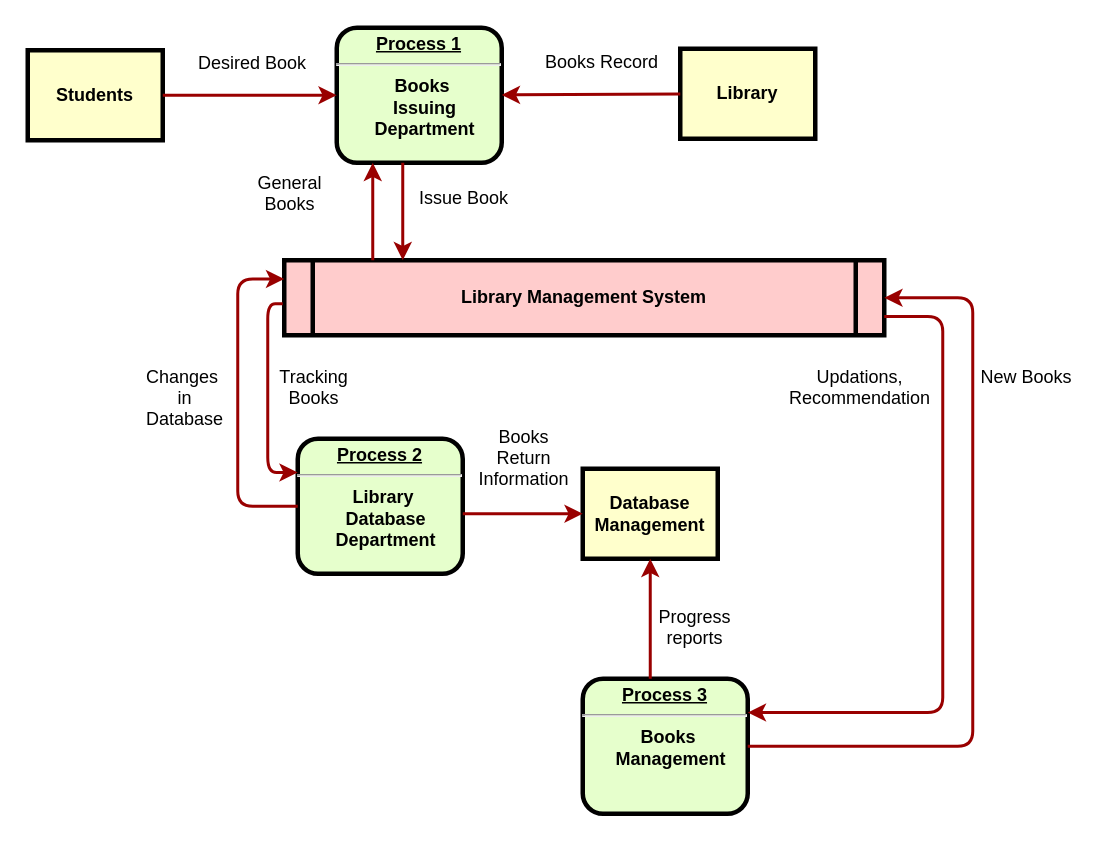
Earlier version of the draw.io diagram Library Management DFD.drawio (Master-Bhavesh/DFD-Diagram). Source tidied: cells renumbered, new cells numbered last; positions are measured from the earlier drawing's top-left corner, leaving out a move shared by most shapes. Both pictures are drawn from the tidied source at 150%, with x=0, y=0 at pixel (27, 27).
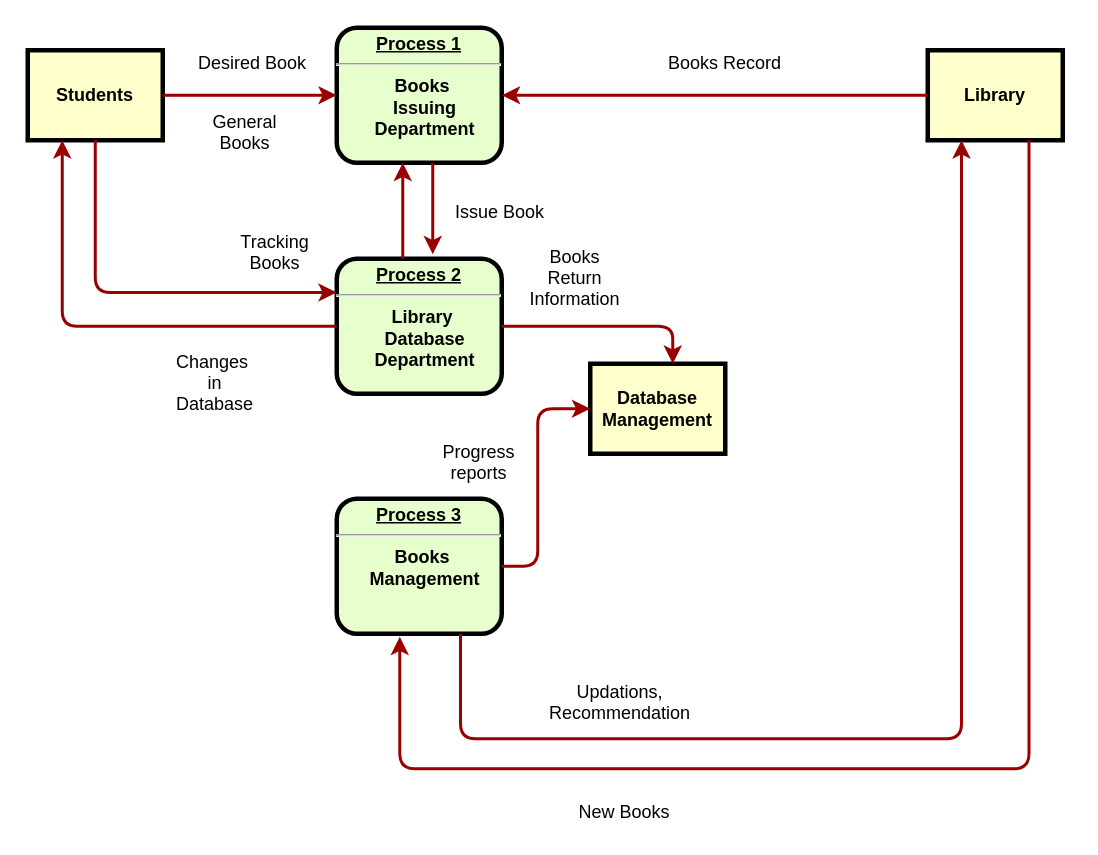
The same diagram, later.

The change refers to these unchanged cells:
```xml
<mxCell id="2" value="&lt;p style=&quot;margin: 0px ; margin-top: 4px ; text-align: center ; text-decoration: underline&quot;&gt;&lt;strong&gt;Process 1&lt;br&gt;&lt;/strong&gt;&lt;/p&gt;&lt;hr&gt;&lt;p style=&quot;margin: 0px ; margin-left: 8px&quot;&gt;Books&amp;nbsp;&lt;/p&gt;&lt;p style=&quot;margin: 0px ; margin-left: 8px&quot;&gt;Issuing&lt;/p&gt;&lt;p style=&quot;margin: 0px ; margin-left: 8px&quot;&gt;Department&lt;/p&gt;" style="verticalAlign=middle;align=center;overflow=fill;fontSize=12;fontFamily=Helvetica;html=1;rounded=1;fontStyle=1;strokeWidth=3;fillColor=#E6FFCC;" parent="1" vertex="1">
  <mxGeometry x="206" width="110" height="90" as="geometry" />
</mxCell>
<mxCell id="4" value="Students" style="whiteSpace=wrap;align=center;verticalAlign=middle;fontStyle=1;strokeWidth=3;fillColor=#FFFFCC;" parent="1" vertex="1">
  <mxGeometry y="15" width="90" height="60" as="geometry" />
</mxCell>
```

The edit, as a diff of the source:
```diff
@@
     <mxCell id="3" value="Library" style="whiteSpace=wrap;align=center;verticalAlign=middle;fontStyle=1;strokeWidth=3;fillColor=#FFFFCC;" parent="1" vertex="1">
-      <mxGeometry x="435" y="14" width="90" height="60" as="geometry" />
+      <mxGeometry x="600" y="15" width="90" height="60" as="geometry" />
     </mxCell>
@@
-    <mxCell id="5" value="Library Management System" style="shape=process;whiteSpace=wrap;align=center;verticalAlign=middle;size=0.0475;fontStyle=1;strokeWidth=3;fillColor=#FFCCCC;" parent="1" vertex="1">
-      <mxGeometry x="171" y="155" width="400" height="50" as="geometry" />
-    </mxCell>
     <mxCell id="6" value="&lt;p style=&quot;margin: 0px ; margin-top: 4px ; text-align: center ; text-decoration: underline&quot;&gt;&lt;strong&gt;Process 2&lt;br&gt;&lt;/strong&gt;&lt;/p&gt;&lt;hr&gt;&lt;p style=&quot;margin: 0px ; margin-left: 8px&quot;&gt;Library&amp;nbsp;&lt;/p&gt;&lt;p style=&quot;margin: 0px ; margin-left: 8px&quot;&gt;Database&lt;/p&gt;&lt;p style=&quot;margin: 0px ; margin-left: 8px&quot;&gt;Department&lt;/p&gt;" style="verticalAlign=middle;align=center;overflow=fill;fontSize=12;fontFamily=Helvetica;html=1;rounded=1;fontStyle=1;strokeWidth=3;fillColor=#E6FFCC;" parent="1" vertex="1">
-      <mxGeometry x="180" y="274" width="110" height="90" as="geometry" />
+      <mxGeometry x="206" y="154" width="110" height="90" as="geometry" />
     </mxCell>
     <mxCell id="7" value="&lt;p style=&quot;margin: 0px ; margin-top: 4px ; text-align: center ; text-decoration: underline&quot;&gt;&lt;strong&gt;&lt;strong&gt;Process&lt;/strong&gt; 3&lt;br&gt;&lt;/strong&gt;&lt;/p&gt;&lt;hr&gt;&lt;p style=&quot;margin: 0px ; margin-left: 8px&quot;&gt;Books&amp;nbsp;&lt;/p&gt;&lt;p style=&quot;margin: 0px ; margin-left: 8px&quot;&gt;Management&lt;/p&gt;" style="verticalAlign=middle;align=center;overflow=fill;fontSize=12;fontFamily=Helvetica;html=1;rounded=1;fontStyle=1;strokeWidth=3;fillColor=#E6FFCC;" parent="1" vertex="1">
-      <mxGeometry x="370" y="434" width="110" height="90" as="geometry" />
+      <mxGeometry x="206" y="314" width="110" height="90" as="geometry" />
     </mxCell>
     <mxCell id="8" value="Database&#10;Management" style="whiteSpace=wrap;align=center;verticalAlign=middle;fontStyle=1;strokeWidth=3;fillColor=#FFFFCC;" parent="1" vertex="1">
-      <mxGeometry x="370" y="294" width="90" height="60" as="geometry" />
+      <mxGeometry x="375" y="224" width="90" height="60" as="geometry" />
     </mxCell>
@@
     <mxCell id="12" value="Books Record" style="text;spacingTop=-5;align=center;" parent="1" vertex="1">
-      <mxGeometry x="368" y="14" width="30" height="20" as="geometry" />
+      <mxGeometry x="450" y="15" width="30" height="20" as="geometry" />
     </mxCell>
     <mxCell id="13" value="General &#10;Books" style="text;spacingTop=-5;align=center;" parent="1" vertex="1">
-      <mxGeometry x="160" y="95" width="30" height="20" as="geometry" />
+      <mxGeometry x="130" y="54" width="30" height="20" as="geometry" />
     </mxCell>
-    <mxCell id="14" style="edgeStyle=elbowEdgeStyle;elbow=horizontal;strokeColor=#990000;strokeWidth=2;" parent="1" edge="1" source="5" target="2">
+    <mxCell id="14" style="edgeStyle=elbowEdgeStyle;elbow=horizontal;strokeColor=#990000;strokeWidth=2;exitX=0.4;exitY=0;exitDx=0;exitDy=0;exitPerimeter=0;" parent="1" edge="1" source="6" target="2">
       <mxGeometry relative="1" as="geometry">
         <Array as="points">
+          <mxPoint x="250" y="114" />
           <mxPoint x="230" y="134" />
         </Array>
       </mxGeometry>
     </mxCell>
-    <mxCell id="15" style="edgeStyle=elbowEdgeStyle;elbow=horizontal;strokeColor=#990000;strokeWidth=2;" parent="1" edge="1" source="2" target="5">
+    <mxCell id="15" style="edgeStyle=elbowEdgeStyle;elbow=horizontal;strokeColor=#990000;strokeWidth=2;entryX=0.582;entryY=-0.033;entryDx=0;entryDy=0;entryPerimeter=0;" parent="1" edge="1" source="2" target="6">
       <mxGeometry relative="1" as="geometry">
         <Array as="points">
-          <mxPoint x="250" y="124" />
+          <mxPoint x="270" y="124" />
         </Array>
       </mxGeometry>
     </mxCell>
     <mxCell id="16" value="Issue Book" style="text;spacingTop=-5;align=center;" parent="1" vertex="1">
-      <mxGeometry x="276" y="105" width="30" height="20" as="geometry" />
+      <mxGeometry x="300" y="114" width="30" height="20" as="geometry" />
     </mxCell>
-    <mxCell id="17" style="edgeStyle=elbowEdgeStyle;elbow=horizontal;strokeColor=#990000;strokeWidth=2;entryX=0;entryY=0.25;entryDx=0;entryDy=0;" parent="1" edge="1" target="6">
+    <mxCell id="17" style="edgeStyle=elbowEdgeStyle;elbow=horizontal;strokeColor=#990000;strokeWidth=2;entryX=0;entryY=0.25;entryDx=0;entryDy=0;exitX=0.5;exitY=1;exitDx=0;exitDy=0;" parent="1" edge="1" source="4" target="6">
       <mxGeometry relative="1" as="geometry">
-        <mxPoint x="170" y="184" as="sourcePoint" />
         <Array as="points">
-          <mxPoint x="160" y="354" />
+          <mxPoint x="45" y="124" />
           <mxPoint x="225" y="454" />
         </Array>
       </mxGeometry>
     </mxCell>
-    <mxCell id="18" style="edgeStyle=elbowEdgeStyle;elbow=horizontal;strokeColor=#990000;strokeWidth=2;entryX=0;entryY=0.25;entryDx=0;entryDy=0;" parent="1" edge="1" source="6" target="5">
+    <mxCell id="18" style="edgeStyle=elbowEdgeStyle;elbow=horizontal;strokeColor=#990000;strokeWidth=2;" parent="1" edge="1" source="6" target="4">
       <mxGeometry relative="1" as="geometry">
         <Array as="points">
-          <mxPoint x="140" y="414" />
+          <mxPoint x="23" y="144" />
         </Array>
       </mxGeometry>
     </mxCell>
     <mxCell id="19" value="Tracking &#10;Books" style="text;spacingTop=-5;align=center;" parent="1" vertex="1">
-      <mxGeometry x="176" y="224" width="30" height="20" as="geometry" />
+      <mxGeometry x="150" y="134" width="30" height="20" as="geometry" />
     </mxCell>
     <mxCell id="20" value="Changes &#10;in&#10;Database" style="text;spacingTop=-5;align=center;" parent="1" vertex="1">
-      <mxGeometry x="90" y="224" width="30" height="20" as="geometry" />
+      <mxGeometry x="110" y="214" width="30" height="20" as="geometry" />
     </mxCell>
     <mxCell id="21" value="Books&#10;Return&#10;Information" style="text;spacingTop=-5;align=center;" parent="1" vertex="1">
-      <mxGeometry x="316" y="264" width="30" height="20" as="geometry" />
+      <mxGeometry x="350" y="144" width="30" height="20" as="geometry" />
     </mxCell>
     <mxCell id="22" value="Progress&#10;reports" style="text;spacingTop=-5;align=center;" parent="1" vertex="1">
-      <mxGeometry x="430" y="384" width="30" height="20" as="geometry" />
+      <mxGeometry x="286" y="274" width="30" height="20" as="geometry" />
     </mxCell>
-    <mxCell id="23" style="edgeStyle=elbowEdgeStyle;elbow=horizontal;strokeColor=#990000;strokeWidth=2;" parent="1" edge="1" source="6" target="8">
+    <mxCell id="23" style="edgeStyle=elbowEdgeStyle;elbow=horizontal;strokeColor=#990000;strokeWidth=2;exitX=1;exitY=0.5;exitDx=0;exitDy=0;" parent="1" edge="1" source="6" target="8">
       <mxGeometry relative="1" as="geometry">
         <Array as="points">
-          <mxPoint x="330" y="324" />
-          <mxPoint x="230" y="284" />
+          <mxPoint x="430" y="184" />
         </Array>
       </mxGeometry>
     </mxCell>
-    <mxCell id="24" style="edgeStyle=elbowEdgeStyle;elbow=horizontal;strokeColor=#990000;strokeWidth=2;" parent="1" edge="1" source="7" target="8">
-      <mxGeometry relative="1" as="geometry" />
+    <mxCell id="24" style="edgeStyle=elbowEdgeStyle;elbow=horizontal;strokeColor=#990000;strokeWidth=2;entryX=0;entryY=0.5;entryDx=0;entryDy=0;" parent="1" edge="1" source="7" target="8">
+      <mxGeometry relative="1" as="geometry">
+        <Array as="points">
+          <mxPoint x="340" y="274" />
+          <mxPoint x="250" y="274" />
+        </Array>
+      </mxGeometry>
     </mxCell>
-    <mxCell id="25" style="edgeStyle=elbowEdgeStyle;elbow=vertical;strokeColor=#990000;strokeWidth=2;exitX=1;exitY=0.75;exitDx=0;exitDy=0;entryX=1;entryY=0.25;entryDx=0;entryDy=0;" parent="1" edge="1" source="5" target="7">
+    <mxCell id="25" style="edgeStyle=elbowEdgeStyle;elbow=vertical;strokeColor=#990000;strokeWidth=2;entryX=0.382;entryY=1.022;entryDx=0;entryDy=0;entryPerimeter=0;exitX=0.75;exitY=1;exitDx=0;exitDy=0;" parent="1" edge="1" source="3" target="7">
       <mxGeometry relative="1" as="geometry">
         <Array as="points">
+          <mxPoint x="390" y="494" />
+          <mxPoint x="570" y="544" />
+          <mxPoint x="550" y="544" />
+          <mxPoint x="530" y="484" />
           <mxPoint x="610" y="193" />
         </Array>
       </mxGeometry>
     </mxCell>
-    <mxCell id="26" style="edgeStyle=elbowEdgeStyle;elbow=vertical;strokeColor=#990000;strokeWidth=2;entryX=1;entryY=0.5;entryDx=0;entryDy=0;" parent="1" edge="1" source="7" target="5">
+    <mxCell id="26" style="edgeStyle=elbowEdgeStyle;elbow=vertical;strokeColor=#990000;strokeWidth=2;exitX=0.75;exitY=1;exitDx=0;exitDy=0;entryX=0.25;entryY=1;entryDx=0;entryDy=0;" parent="1" edge="1" source="7" target="3">
       <mxGeometry relative="1" as="geometry">
         <Array as="points">
+          <mxPoint x="380" y="474" />
+          <mxPoint x="550" y="424" />
+          <mxPoint x="400" y="574" />
+          <mxPoint x="520" y="554" />
+          <mxPoint x="540" y="444" />
+          <mxPoint x="620" y="234" />
           <mxPoint x="630" y="180" />
         </Array>
       </mxGeometry>
     </mxCell>
     <mxCell id="27" value="New Books" style="text;spacingTop=-5;align=center;" parent="1" vertex="1">
-      <mxGeometry x="651" y="224" width="30" height="20" as="geometry" />
+      <mxGeometry x="383" y="514" width="30" height="20" as="geometry" />
     </mxCell>
     <mxCell id="28" value="Updations,&#10;Recommendation" style="text;spacingTop=-5;align=center;" parent="1" vertex="1">
-      <mxGeometry x="540" y="224" width="30" height="20" as="geometry" />
+      <mxGeometry x="380" y="434" width="30" height="20" as="geometry" />
     </mxCell>
```
